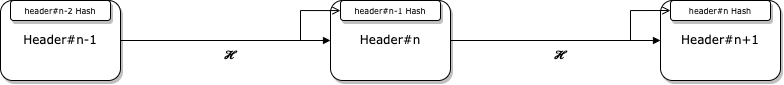
tompgn/midterm keeps this draw.io diagram as images/hl.png. Above is the earlier version. Source tidied: cells renumbered, new cells last; positions are measured from the earlier drawing's top-left corner, leaving out a move shared by most shapes. Source of this version:
```xml
<mxGraphModel>
  <root>
    <mxCell id="0" />
    <mxCell id="1" parent="0" />
    <mxCell id="2" value="Header#n+1" style="whiteSpace=wrap;html=1;rounded=1;shadow=1;labelBackgroundColor=none;strokeWidth=1;fontFamily=Verdana;fontSize=12;align=center;" parent="1" vertex="1">
      <mxGeometry x="660" width="120" height="80" as="geometry" />
    </mxCell>
    <mxCell id="3" value="Header#n-1" style="whiteSpace=wrap;html=1;rounded=1;shadow=1;labelBackgroundColor=none;strokeWidth=1;fontFamily=Verdana;fontSize=12;align=center;" parent="1" vertex="1">
      <mxGeometry width="120" height="80" as="geometry" />
    </mxCell>
    <mxCell id="4" value="Header#n" style="whiteSpace=wrap;html=1;rounded=1;shadow=1;labelBackgroundColor=none;strokeWidth=1;fontFamily=Verdana;fontSize=12;align=center;" parent="1" vertex="1">
      <mxGeometry x="330" width="120" height="80" as="geometry" />
    </mxCell>
    <mxCell id="5" value="𝓗" style="rounded=0;html=1;labelBackgroundColor=none;startArrow=block;startFill=1;startSize=5;endArrow=none;endFill=0;endSize=5;jettySize=auto;strokeWidth=1;fontFamily=Verdana;fontSize=12;" parent="1" edge="1" target="3">
      <mxGeometry x="-0.05" y="15" relative="1" as="geometry">
        <mxPoint x="330" y="40" as="sourcePoint" />
      </mxGeometry>
    </mxCell>
    <mxCell id="6" value="𝓗" style="rounded=0;html=1;labelBackgroundColor=none;startArrow=block;startFill=1;startSize=5;endArrow=none;endFill=0;endSize=5;jettySize=auto;strokeWidth=1;fontFamily=Verdana;fontSize=12;entryX=1;entryY=0.5;entryDx=0;entryDy=0;" parent="1" edge="1" source="2" target="4">
      <mxGeometry x="-0.05" y="15" relative="1" as="geometry" />
    </mxCell>
    <mxCell id="7" style="edgeStyle=orthogonalEdgeStyle;rounded=0;jettySize=auto;html=1;fontSize=8;endArrow=none;endFill=0;startArrow=open;startFill=0;" parent="1" edge="1" source="8">
      <mxGeometry relative="1" as="geometry">
        <mxPoint x="300" y="40" as="targetPoint" />
      </mxGeometry>
    </mxCell>
    <mxCell id="8" value="&lt;font style=&quot;font-size: 8px;&quot;&gt;header#n-1 Hash&lt;/font&gt;" style="whiteSpace=wrap;html=1;rounded=1;shadow=1;labelBackgroundColor=none;strokeWidth=1;fontFamily=Verdana;fontSize=12;align=center;" parent="1" vertex="1">
      <mxGeometry x="340" width="100" height="20" as="geometry" />
    </mxCell>
    <mxCell id="9" value="&lt;font style=&quot;font-size: 8px;&quot;&gt;header#n-2 Hash&lt;/font&gt;" style="whiteSpace=wrap;html=1;rounded=1;shadow=1;labelBackgroundColor=none;strokeWidth=1;fontFamily=Verdana;fontSize=12;align=center;" parent="1" vertex="1">
      <mxGeometry x="10" width="100" height="20" as="geometry" />
    </mxCell>
    <mxCell id="10" value="&lt;font style=&quot;font-size: 8px;&quot;&gt;header#n Hash&lt;/font&gt;" style="whiteSpace=wrap;html=1;rounded=1;shadow=1;labelBackgroundColor=none;strokeWidth=1;fontFamily=Verdana;fontSize=12;align=center;" parent="1" vertex="1">
      <mxGeometry x="670" width="100" height="20" as="geometry" />
    </mxCell>
    <mxCell id="11" style="edgeStyle=orthogonalEdgeStyle;rounded=0;orthogonalLoop=1;jettySize=auto;html=1;fontSize=8;endArrow=none;endFill=0;startArrow=open;startFill=0;" parent="1" edge="1">
      <mxGeometry relative="1" as="geometry">
        <mxPoint x="670" y="10" as="sourcePoint" />
        <mxPoint x="630" y="40" as="targetPoint" />
      </mxGeometry>
    </mxCell>
  </root>
</mxGraphModel>
```
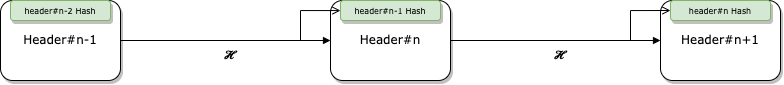
After the commit.

Diff of the diagram source:
```diff
@@ -24,13 +24,13 @@
         <mxPoint x="300" y="40" as="targetPoint" />
       </mxGeometry>
     </mxCell>
-    <mxCell id="8" value="&lt;font style=&quot;font-size: 8px;&quot;&gt;header#n-1 Hash&lt;/font&gt;" style="whiteSpace=wrap;html=1;rounded=1;shadow=1;labelBackgroundColor=none;strokeWidth=1;fontFamily=Verdana;fontSize=12;align=center;" parent="1" vertex="1">
+    <mxCell id="8" value="&lt;font style=&quot;font-size: 8px;&quot;&gt;header#n-1 Hash&lt;/font&gt;" style="whiteSpace=wrap;html=1;rounded=1;shadow=1;labelBackgroundColor=none;strokeWidth=1;fontFamily=Verdana;fontSize=12;align=center;fillColor=#d5e8d4;strokeColor=#82b366;" parent="1" vertex="1">
       <mxGeometry x="340" width="100" height="20" as="geometry" />
     </mxCell>
-    <mxCell id="9" value="&lt;font style=&quot;font-size: 8px;&quot;&gt;header#n-2 Hash&lt;/font&gt;" style="whiteSpace=wrap;html=1;rounded=1;shadow=1;labelBackgroundColor=none;strokeWidth=1;fontFamily=Verdana;fontSize=12;align=center;" parent="1" vertex="1">
+    <mxCell id="9" value="&lt;font style=&quot;font-size: 8px;&quot;&gt;header#n-2 Hash&lt;/font&gt;" style="whiteSpace=wrap;html=1;rounded=1;shadow=1;labelBackgroundColor=none;strokeWidth=1;fontFamily=Verdana;fontSize=12;align=center;fillColor=#d5e8d4;strokeColor=#82b366;" parent="1" vertex="1">
       <mxGeometry x="10" width="100" height="20" as="geometry" />
     </mxCell>
-    <mxCell id="10" value="&lt;font style=&quot;font-size: 8px;&quot;&gt;header#n Hash&lt;/font&gt;" style="whiteSpace=wrap;html=1;rounded=1;shadow=1;labelBackgroundColor=none;strokeWidth=1;fontFamily=Verdana;fontSize=12;align=center;" parent="1" vertex="1">
+    <mxCell id="10" value="&lt;font style=&quot;font-size: 8px;&quot;&gt;header#n Hash&lt;/font&gt;" style="whiteSpace=wrap;html=1;rounded=1;shadow=1;labelBackgroundColor=none;strokeWidth=1;fontFamily=Verdana;fontSize=12;align=center;fillColor=#d5e8d4;strokeColor=#82b366;" parent="1" vertex="1">
       <mxGeometry x="670" width="100" height="20" as="geometry" />
     </mxCell>
     <mxCell id="11" style="edgeStyle=orthogonalEdgeStyle;rounded=0;orthogonalLoop=1;jettySize=auto;html=1;fontSize=8;endArrow=none;endFill=0;startArrow=open;startFill=0;" parent="1" edge="1">
```
